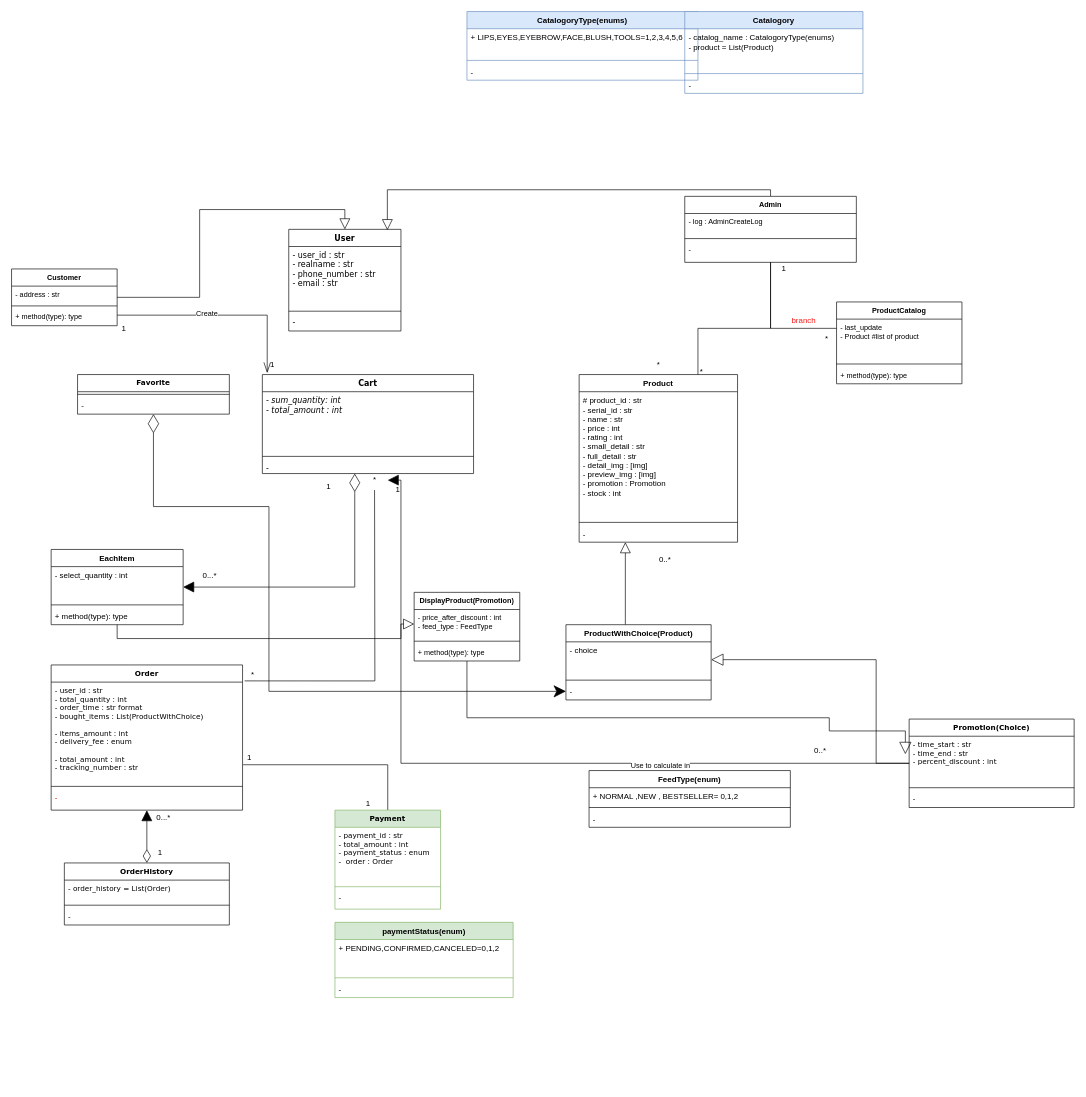
Earlier version of the draw.io diagram lab/lab05/oop_class_design_final_lob05.drawio (Maikittitee/oop-2022-2). Source tidied: cells renumbered, new cells numbered last; positions are measured from the earlier drawing's top-left corner, leaving out a move shared by most shapes. Both pictures are drawn from the tidied source at 66%, with x=0, y=0 at pixel (11, 11).
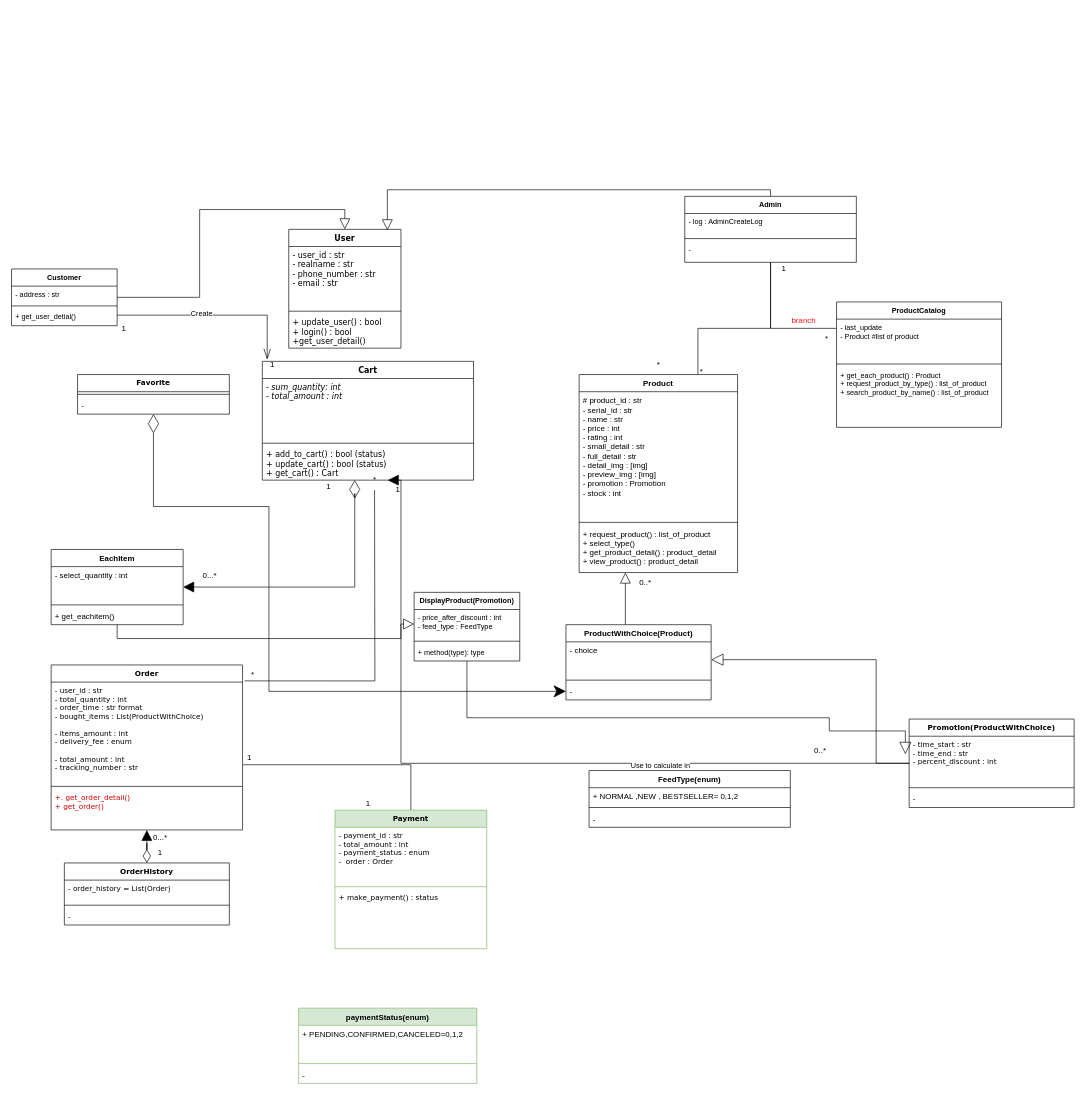
The same page after the edit.

Commit message (it also covers changes not shown here):
Create Method of Product and ProductCatalog

Unchanged cells that the change refers to:
```xml
<mxCell id="63" value="EachItem&#10;" style="swimlane;fontStyle=1;align=center;verticalAlign=top;horizontal=1;startSize=26;" parent="1" vertex="1">
  <mxGeometry x="60" y="815" width="200" height="114" as="geometry" />
</mxCell>
<mxCell id="77" value="Customer&#10;" style="swimlane;fontStyle=1;align=center;verticalAlign=top;horizontal=1;startSize=26;fontSize=11;" parent="1" vertex="1">
  <mxGeometry y="390" width="160" height="86" as="geometry" />
</mxCell>
```

What changed in the source:
```diff
@@
     <mxCell id="3" value="Product" style="swimlane;fontStyle=1;align=center;verticalAlign=top;horizontal=1;startSize=26;" parent="1" vertex="1">
-      <mxGeometry x="860" y="550" width="240" height="254" as="geometry" />
+      <mxGeometry x="860" y="550" width="240" height="300" as="geometry" />
     </mxCell>
@@
-    <mxCell id="6" value="-" style="text;strokeColor=none;fillColor=none;align=left;verticalAlign=top;spacingLeft=4;spacingRight=4;overflow=hidden;" parent="3" vertex="1">
-      <mxGeometry y="228" width="240" height="26" as="geometry" />
+    <mxCell id="6" value="+ request_product() : list_of_product&#10;+ select_type() &#10;+ get_product_detail() : product_detail&#10;+ view_product() : product_detail" style="text;strokeColor=none;fillColor=none;align=left;verticalAlign=top;spacingLeft=4;spacingRight=4;overflow=hidden;" parent="3" vertex="1">
+      <mxGeometry y="228" width="240" height="72" as="geometry" />
     </mxCell>
     <mxCell id="7" value="User" style="swimlane;fontStyle=1;align=center;verticalAlign=top;horizontal=1;startSize=26;fontFamily=Verdana;" parent="1" vertex="1">
-      <mxGeometry x="420" y="330" width="170" height="154" as="geometry" />
+      <mxGeometry x="420" y="330" width="170" height="180" as="geometry" />
     </mxCell>
@@
-    <mxCell id="10" value="-" style="text;strokeColor=none;fillColor=none;align=left;verticalAlign=top;spacingLeft=4;spacingRight=4;overflow=hidden;fontFamily=Verdana;" parent="7" vertex="1">
-      <mxGeometry y="128" width="170" height="26" as="geometry" />
+    <mxCell id="10" value="+ update_user() : bool&#10;+ login() : bool &#10;+get_user_detail() " style="text;strokeColor=none;fillColor=none;align=left;verticalAlign=top;spacingLeft=4;spacingRight=4;overflow=hidden;fontFamily=Verdana;" parent="7" vertex="1">
+      <mxGeometry y="128" width="170" height="52" as="geometry" />
     </mxCell>
@@
     <mxCell id="14" value="Cart" style="swimlane;fontStyle=1;align=center;verticalAlign=top;horizontal=1;startSize=26;fontFamily=Verdana;" parent="1" vertex="1">
-      <mxGeometry x="380" y="550" width="320" height="150" as="geometry" />
+      <mxGeometry x="380" y="530" width="320" height="180" as="geometry" />
     </mxCell>
@@
-    <mxCell id="17" value="-" style="text;strokeColor=none;fillColor=none;align=left;verticalAlign=top;spacingLeft=4;spacingRight=4;overflow=hidden;fontFamily=Verdana;" parent="14" vertex="1">
-      <mxGeometry y="128" width="320" height="22" as="geometry" />
+    <mxCell id="17" value="+ add_to_cart() : bool (status)&#10;+ update_cart() : bool (status)&#10;+ get_cart() : Cart" style="text;strokeColor=none;fillColor=none;align=left;verticalAlign=top;spacingLeft=4;spacingRight=4;overflow=hidden;fontFamily=Verdana;" parent="14" vertex="1">
+      <mxGeometry y="128" width="320" height="52" as="geometry" />
     </mxCell>
     <mxCell id="18" value="Order" style="swimlane;fontStyle=1;align=center;verticalAlign=top;horizontal=1;startSize=26;fontFamily=Verdana;fontSize=11;fontColor=#000000;" parent="1" vertex="1">
-      <mxGeometry x="60" y="990" width="290" height="220" as="geometry" />
+      <mxGeometry x="60" y="990" width="290" height="250" as="geometry" />
     </mxCell>
@@
-    <mxCell id="21" value="-" style="text;strokeColor=none;fillColor=none;align=left;verticalAlign=top;spacingLeft=4;spacingRight=4;overflow=hidden;fontSize=11;fontFamily=Verdana;fontColor=#d60000;" parent="18" vertex="1">
-      <mxGeometry y="188" width="290" height="32" as="geometry" />
+    <mxCell id="21" value="+. get_order_detail()&#10;+ get_order()&#10;" style="text;strokeColor=none;fillColor=none;align=left;verticalAlign=top;spacingLeft=4;spacingRight=4;overflow=hidden;fontSize=11;fontFamily=Verdana;fontColor=#d60000;" parent="18" vertex="1">
+      <mxGeometry y="188" width="290" height="62" as="geometry" />
     </mxCell>
@@
     <mxCell id="23" value="Payment" style="swimlane;fontStyle=1;align=center;verticalAlign=top;horizontal=1;startSize=26;fontFamily=Verdana;fontSize=11;fillColor=#d5e8d4;strokeColor=#82b366;" parent="1" vertex="1">
-      <mxGeometry x="490" y="1210" width="160" height="150" as="geometry" />
+      <mxGeometry x="490" y="1210" width="230" height="210" as="geometry" />
     </mxCell>
     <mxCell id="24" value="- payment_id : str&#10;- total_amount : int&#10;- payment_status : enum&#10;-  order : Order" style="text;strokeColor=none;fillColor=none;align=left;verticalAlign=top;spacingLeft=4;spacingRight=4;overflow=hidden;fontSize=11;fontFamily=Verdana;fontColor=#000000;" parent="23" vertex="1">
-      <mxGeometry y="26" width="160" height="86" as="geometry" />
+      <mxGeometry y="26" width="230" height="86" as="geometry" />
     </mxCell>
     <mxCell id="25" style="line;strokeWidth=1;fillColor=none;align=left;verticalAlign=middle;spacingTop=-1;spacingLeft=3;spacingRight=3;labelPosition=right;strokeColor=inherit;fontFamily=Verdana;fontSize=11;fontColor=#000000;" parent="23" vertex="1">
-      <mxGeometry y="112" width="160" height="8" as="geometry" />
+      <mxGeometry y="112" width="230" height="8" as="geometry" />
     </mxCell>
-    <mxCell id="26" value="-" style="text;strokeColor=none;fillColor=none;align=left;verticalAlign=top;spacingLeft=4;spacingRight=4;overflow=hidden;fontSize=11;fontFamily=Verdana;fontColor=#000000;" parent="23" vertex="1">
-      <mxGeometry y="120" width="160" height="30" as="geometry" />
+    <mxCell id="26" value="+ make_payment() : status&#10;&#10;" style="text;strokeColor=none;fillColor=none;align=left;verticalAlign=top;spacingLeft=4;spacingRight=4;overflow=hidden;fontSize=11;fontFamily=Verdana;fontColor=#000000;" parent="23" vertex="1">
+      <mxGeometry y="120" width="230" height="90" as="geometry" />
     </mxCell>
@@
-    <mxCell id="29" value="Promotion(Choice)" style="swimlane;fontStyle=1;align=center;verticalAlign=top;horizontal=1;startSize=26;fontFamily=Verdana;fontSize=11;fontColor=#000000;" parent="1" vertex="1">
+    <mxCell id="29" value="Promotion(ProductWithChoice)" style="swimlane;fontStyle=1;align=center;verticalAlign=top;horizontal=1;startSize=26;fontFamily=Verdana;fontSize=11;fontColor=#000000;" parent="1" vertex="1">
       <mxGeometry x="1360" y="1072" width="250" height="134" as="geometry" />
     </mxCell>
@@
-    <mxCell id="42" value="CatalogoryType(enums)" style="swimlane;fontStyle=1;align=center;verticalAlign=top;horizontal=1;startSize=26;fillColor=#dae8fc;strokeColor=#6c8ebf;" parent="1" vertex="1">
-      <mxGeometry x="690" width="350" height="104" as="geometry" />
-    </mxCell>
-    <mxCell id="43" value="+ LIPS,EYES,EYEBROW,FACE,BLUSH,TOOLS=1,2,3,4,5,6" style="text;strokeColor=none;fillColor=none;align=left;verticalAlign=top;spacingLeft=4;spacingRight=4;overflow=hidden;" parent="42" vertex="1">
-      <mxGeometry y="26" width="350" height="44" as="geometry" />
-    </mxCell>
-    <mxCell id="44" style="line;strokeWidth=1;fillColor=none;align=left;verticalAlign=middle;spacingTop=-1;spacingLeft=3;spacingRight=3;labelPosition=right;strokeColor=inherit;" parent="42" vertex="1">
-      <mxGeometry y="70" width="350" height="8" as="geometry" />
-    </mxCell>
-    <mxCell id="45" value="-" style="text;strokeColor=none;fillColor=none;align=left;verticalAlign=top;spacingLeft=4;spacingRight=4;overflow=hidden;" parent="42" vertex="1">
-      <mxGeometry y="78" width="350" height="26" as="geometry" />
-    </mxCell>
@@
     <mxCell id="50" value="paymentStatus(enum)" style="swimlane;fontStyle=1;align=center;verticalAlign=top;horizontal=1;startSize=26;fillColor=#d5e8d4;strokeColor=#82b366;" parent="1" vertex="1">
-      <mxGeometry x="490" y="1380" width="270" height="114" as="geometry" />
+      <mxGeometry x="435" y="1510" width="270" height="114" as="geometry" />
     </mxCell>
@@
-    <mxCell id="54" value="Catalogory" style="swimlane;fontStyle=1;align=center;verticalAlign=top;horizontal=1;startSize=26;fillColor=#dae8fc;strokeColor=#6c8ebf;" parent="1" vertex="1">
-      <mxGeometry x="1020" width="270" height="124" as="geometry" />
-    </mxCell>
-    <mxCell id="55" value="- catalog_name : CatalogoryType(enums)&#10;- product = List(Product)" style="text;align=left;verticalAlign=top;spacingLeft=4;spacingRight=4;overflow=hidden;" parent="54" vertex="1">
-      <mxGeometry y="26" width="270" height="64" as="geometry" />
-    </mxCell>
-    <mxCell id="56" style="line;strokeWidth=1;fillColor=none;align=left;verticalAlign=middle;spacingTop=-1;spacingLeft=3;spacingRight=3;labelPosition=right;strokeColor=inherit;" parent="54" vertex="1">
-      <mxGeometry y="90" width="270" height="8" as="geometry" />
-    </mxCell>
-    <mxCell id="57" value="-" style="text;strokeColor=none;fillColor=none;align=left;verticalAlign=top;spacingLeft=4;spacingRight=4;overflow=hidden;" parent="54" vertex="1">
-      <mxGeometry y="98" width="270" height="26" as="geometry" />
-    </mxCell>
@@
-    <mxCell id="66" value="+ method(type): type" style="text;strokeColor=none;fillColor=none;align=left;verticalAlign=top;spacingLeft=4;spacingRight=4;overflow=hidden;" parent="63" vertex="1">
+    <mxCell id="66" value="+ get_eachitem()" style="text;strokeColor=none;fillColor=none;align=left;verticalAlign=top;spacingLeft=4;spacingRight=4;overflow=hidden;" parent="63" vertex="1">
       <mxGeometry y="88" width="200" height="26" as="geometry" />
     </mxCell>
@@
-    <mxCell id="80" value="+ method(type): type" style="text;strokeColor=none;fillColor=none;align=left;verticalAlign=top;spacingLeft=4;spacingRight=4;overflow=hidden;fontSize=11;" parent="77" vertex="1">
+    <mxCell id="80" value="+ get_user_detial()" style="text;strokeColor=none;fillColor=none;align=left;verticalAlign=top;spacingLeft=4;spacingRight=4;overflow=hidden;fontSize=11;" parent="77" vertex="1">
       <mxGeometry y="60" width="160" height="26" as="geometry" />
     </mxCell>
@@
     <mxCell id="82" value="ProductCatalog" style="swimlane;fontStyle=1;align=center;verticalAlign=top;horizontal=1;startSize=26;fontSize=11;" parent="1" vertex="1">
-      <mxGeometry x="1250" y="440" width="190" height="124" as="geometry" />
+      <mxGeometry x="1250" y="440" width="250" height="190" as="geometry" />
     </mxCell>
     <mxCell id="83" value="- last_update&#10;- Product #list of product" style="text;strokeColor=none;fillColor=none;align=left;verticalAlign=top;spacingLeft=4;spacingRight=4;overflow=hidden;fontSize=11;" parent="82" vertex="1">
-      <mxGeometry y="26" width="190" height="64" as="geometry" />
+      <mxGeometry y="26" width="250" height="64" as="geometry" />
     </mxCell>
     <mxCell id="84" style="line;strokeWidth=1;fillColor=none;align=left;verticalAlign=middle;spacingTop=-1;spacingLeft=3;spacingRight=3;labelPosition=right;strokeColor=inherit;fontSize=11;" parent="82" vertex="1">
-      <mxGeometry y="90" width="190" height="8" as="geometry" />
+      <mxGeometry y="90" width="250" height="8" as="geometry" />
     </mxCell>
-    <mxCell id="85" value="+ method(type): type" style="text;strokeColor=none;fillColor=none;align=left;verticalAlign=top;spacingLeft=4;spacingRight=4;overflow=hidden;fontSize=11;" parent="82" vertex="1">
-      <mxGeometry y="98" width="190" height="26" as="geometry" />
+    <mxCell id="85" value="+ get_each_product() : Product&#10;+ request_product_by_type() : list_of_product&#10;+ search_product_by_name() : list_of_product&#10;" style="text;strokeColor=none;fillColor=none;align=left;verticalAlign=top;spacingLeft=4;spacingRight=4;overflow=hidden;fontSize=11;" parent="82" vertex="1">
+      <mxGeometry y="98" width="250" height="92" as="geometry" />
     </mxCell>
@@
     <mxCell id="101" value="0..*" style="text;html=1;align=center;verticalAlign=middle;strokeColor=none;fillColor=none;" parent="1" vertex="1">
-      <mxGeometry x="970" y="815" width="40" height="30" as="geometry" />
+      <mxGeometry x="940" y="850" width="40" height="30" as="geometry" />
     </mxCell>
@@
     <mxCell id="105" value="0...*" style="text;html=1;align=center;verticalAlign=middle;strokeColor=none;fillColor=none;" parent="1" vertex="1">
-      <mxGeometry x="210" y="1206" width="40" height="30" as="geometry" />
+      <mxGeometry x="205" y="1236" width="40" height="30" as="geometry" />
     </mxCell>
```
